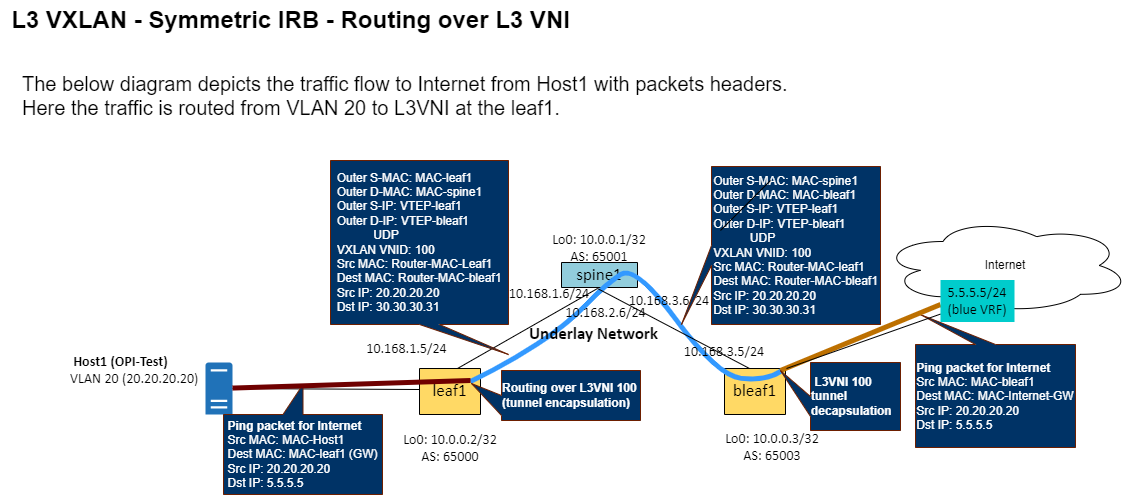
opiproject/opi-evpn-bridge keeps this draw.io diagram as OPI-EVPN-L3-Symmetric-IRB.png. Above is the earlier version. Source tidied: cells renumbered, new cells last; positions are measured from the earlier drawing's top-left corner, leaving out a move shared by most shapes.
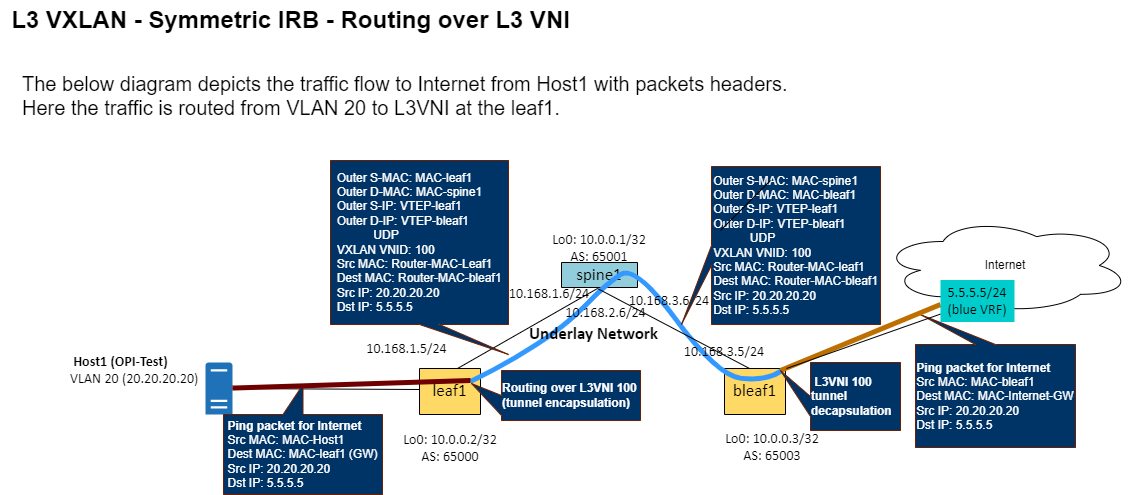
The same file after the commit.

Commit message:
Update for the dest IP change in the transit nodes

What changed in the source:
```diff
@@ -87,10 +87,10 @@
     <mxCell id="23" value="&lt;div style=&quot;border-color: var(--border-color); text-align: left;&quot;&gt;&lt;span style=&quot;border-color: var(--border-color);&quot;&gt;&lt;b&gt;Ping packet for Internet&lt;/b&gt;&lt;/span&gt;&lt;/div&gt;&lt;div style=&quot;border-color: var(--border-color); text-align: left;&quot;&gt;Src MAC: MAC-Host1&lt;/div&gt;&lt;div style=&quot;border-color: var(--border-color); text-align: left;&quot;&gt;Dest MAC: MAC-leaf1 (GW)&lt;/div&gt;&lt;div style=&quot;border-color: var(--border-color); text-align: left;&quot;&gt;Src IP: 20.20.20.20&lt;/div&gt;&lt;div style=&quot;border-color: var(--border-color); text-align: left;&quot;&gt;Dst IP: 5.5.5.5&lt;/div&gt;" style="shape=callout;whiteSpace=wrap;html=1;perimeter=calloutPerimeter;position2=0.5;direction=west;fillColor=#003366;fontColor=#ffffff;strokeColor=#6D1F00;" parent="1" vertex="1">
       <mxGeometry x="223" y="384" width="159" height="110" as="geometry" />
     </mxCell>
-    <mxCell id="24" value="&lt;div style=&quot;border-color: var(--border-color); text-align: left;&quot;&gt;&lt;div style=&quot;border-color: var(--border-color);&quot;&gt;Outer S-MAC: MAC-leaf1&lt;/div&gt;&lt;div style=&quot;border-color: var(--border-color);&quot;&gt;Outer D-MAC: MAC-spine1&lt;/div&gt;&lt;div style=&quot;border-color: var(--border-color);&quot;&gt;Outer S-IP: VTEP-leaf1&lt;/div&gt;&lt;div style=&quot;border-color: var(--border-color);&quot;&gt;Outer D-IP: VTEP-bleaf1&lt;/div&gt;&lt;div style=&quot;border-color: var(--border-color);&quot;&gt;&amp;nbsp; &amp;nbsp; &amp;nbsp; &amp;nbsp; &amp;nbsp; &amp;nbsp;UDP&lt;/div&gt;&lt;div style=&quot;border-color: var(--border-color);&quot;&gt;VXLAN VNID: 100&lt;/div&gt;&lt;div style=&quot;border-color: var(--border-color);&quot;&gt;Src MAC: Router-MAC-Leaf1&lt;/div&gt;&lt;div style=&quot;border-color: var(--border-color);&quot;&gt;Dest MAC: Router-MAC-bleaf1&lt;/div&gt;&lt;div style=&quot;border-color: var(--border-color);&quot;&gt;Src IP: 20.20.20.20&lt;/div&gt;&lt;div style=&quot;border-color: var(--border-color);&quot;&gt;Dst IP: 30.30.30.31&lt;/div&gt;&lt;/div&gt;" style="shape=callout;whiteSpace=wrap;html=1;perimeter=calloutPerimeter;position2=1;fillStyle=auto;fillColor=#003366;strokeColor=#6D1F00;fontColor=#ffffff;" parent="1" vertex="1">
+    <mxCell id="24" value="&lt;div style=&quot;border-color: var(--border-color); text-align: left;&quot;&gt;&lt;div style=&quot;border-color: var(--border-color);&quot;&gt;Outer S-MAC: MAC-leaf1&lt;/div&gt;&lt;div style=&quot;border-color: var(--border-color);&quot;&gt;Outer D-MAC: MAC-spine1&lt;/div&gt;&lt;div style=&quot;border-color: var(--border-color);&quot;&gt;Outer S-IP: VTEP-leaf1&lt;/div&gt;&lt;div style=&quot;border-color: var(--border-color);&quot;&gt;Outer D-IP: VTEP-bleaf1&lt;/div&gt;&lt;div style=&quot;border-color: var(--border-color);&quot;&gt;&amp;nbsp; &amp;nbsp; &amp;nbsp; &amp;nbsp; &amp;nbsp; &amp;nbsp;UDP&lt;/div&gt;&lt;div style=&quot;border-color: var(--border-color);&quot;&gt;VXLAN VNID: 100&lt;/div&gt;&lt;div style=&quot;border-color: var(--border-color);&quot;&gt;Src MAC: Router-MAC-Leaf1&lt;/div&gt;&lt;div style=&quot;border-color: var(--border-color);&quot;&gt;Dest MAC: Router-MAC-bleaf1&lt;/div&gt;&lt;div style=&quot;border-color: var(--border-color);&quot;&gt;Src IP: 20.20.20.20&lt;/div&gt;&lt;div style=&quot;border-color: var(--border-color);&quot;&gt;Dst IP: 5.5.5.5&lt;/div&gt;&lt;/div&gt;" style="shape=callout;whiteSpace=wrap;html=1;perimeter=calloutPerimeter;position2=1;fillStyle=auto;fillColor=#003366;strokeColor=#6D1F00;fontColor=#ffffff;" parent="1" vertex="1">
       <mxGeometry x="330" y="160" width="178" height="194" as="geometry" />
     </mxCell>
-    <mxCell id="25" value="&lt;div style=&quot;border-color: var(--border-color); text-align: left;&quot;&gt;&lt;div style=&quot;border-color: var(--border-color);&quot;&gt;Outer S-MAC: MAC-spine1&lt;/div&gt;&lt;div style=&quot;border-color: var(--border-color);&quot;&gt;Outer D-MAC: MAC-bleaf1&lt;/div&gt;&lt;div style=&quot;border-color: var(--border-color);&quot;&gt;Outer S-IP: VTEP-leaf1&lt;/div&gt;&lt;div style=&quot;border-color: var(--border-color);&quot;&gt;Outer D-IP: VTEP-bleaf1&lt;/div&gt;&lt;div style=&quot;border-color: var(--border-color);&quot;&gt;&amp;nbsp; &amp;nbsp; &amp;nbsp; &amp;nbsp; &amp;nbsp; &amp;nbsp;UDP&lt;/div&gt;&lt;div style=&quot;border-color: var(--border-color);&quot;&gt;VXLAN VNID: 100&lt;/div&gt;&lt;div style=&quot;border-color: var(--border-color);&quot;&gt;Src MAC: Router-MAC-leaf1&lt;/div&gt;&lt;div style=&quot;border-color: var(--border-color);&quot;&gt;Dest MAC: Router-MAC-bleaf1&lt;/div&gt;&lt;div style=&quot;border-color: var(--border-color);&quot;&gt;Src IP: 20.20.20.20&lt;/div&gt;&lt;div style=&quot;border-color: var(--border-color);&quot;&gt;Dst IP: 30.30.30.31&lt;/div&gt;&lt;/div&gt;" style="shape=callout;whiteSpace=wrap;html=1;perimeter=calloutPerimeter;position2=1;fillStyle=auto;fillColor=#003366;strokeColor=#6D1F00;fontColor=#ffffff;direction=south;" parent="1" vertex="1">
+    <mxCell id="25" value="&lt;div style=&quot;border-color: var(--border-color); text-align: left;&quot;&gt;&lt;div style=&quot;border-color: var(--border-color);&quot;&gt;Outer S-MAC: MAC-spine1&lt;/div&gt;&lt;div style=&quot;border-color: var(--border-color);&quot;&gt;Outer D-MAC: MAC-bleaf1&lt;/div&gt;&lt;div style=&quot;border-color: var(--border-color);&quot;&gt;Outer S-IP: VTEP-leaf1&lt;/div&gt;&lt;div style=&quot;border-color: var(--border-color);&quot;&gt;Outer D-IP: VTEP-bleaf1&lt;/div&gt;&lt;div style=&quot;border-color: var(--border-color);&quot;&gt;&amp;nbsp; &amp;nbsp; &amp;nbsp; &amp;nbsp; &amp;nbsp; &amp;nbsp;UDP&lt;/div&gt;&lt;div style=&quot;border-color: var(--border-color);&quot;&gt;VXLAN VNID: 100&lt;/div&gt;&lt;div style=&quot;border-color: var(--border-color);&quot;&gt;Src MAC: Router-MAC-leaf1&lt;/div&gt;&lt;div style=&quot;border-color: var(--border-color);&quot;&gt;Dest MAC: Router-MAC-bleaf1&lt;/div&gt;&lt;div style=&quot;border-color: var(--border-color);&quot;&gt;Src IP: 20.20.20.20&lt;/div&gt;&lt;div style=&quot;border-color: var(--border-color);&quot;&gt;Dst IP: 5.5.5.5&lt;/div&gt;&lt;/div&gt;" style="shape=callout;whiteSpace=wrap;html=1;perimeter=calloutPerimeter;position2=1;fillStyle=auto;fillColor=#003366;strokeColor=#6D1F00;fontColor=#ffffff;direction=south;" parent="1" vertex="1">
       <mxGeometry x="681" y="166" width="199" height="158" as="geometry" />
     </mxCell>
     <mxCell id="26" value="&lt;div style=&quot;border-color: var(--border-color); text-align: left;&quot;&gt;&lt;span style=&quot;border-color: var(--border-color);&quot;&gt;&lt;b&gt;Ping packet for Internet&lt;/b&gt;&lt;/span&gt;&lt;/div&gt;&lt;div style=&quot;border-color: var(--border-color); text-align: left;&quot;&gt;Src MAC: MAC-bleaf1&lt;/div&gt;&lt;div style=&quot;border-color: var(--border-color); text-align: left;&quot;&gt;Dest MAC: MAC-Internet-GW&lt;/div&gt;&lt;div style=&quot;border-color: var(--border-color); text-align: left;&quot;&gt;Src IP: 20.20.20.20&lt;/div&gt;&lt;div style=&quot;border-color: var(--border-color); text-align: left;&quot;&gt;Dst IP: 5.5.5.5&lt;/div&gt;" style="shape=callout;whiteSpace=wrap;html=1;perimeter=calloutPerimeter;position2=0.97;direction=west;fillColor=#003366;fontColor=#ffffff;strokeColor=#6D1F00;" parent="1" vertex="1">
```
